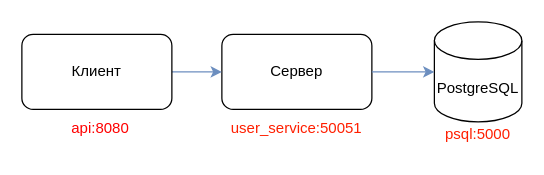
Above: schema.drawio in chas3air/UsersService (draw.io), before the change. Source tidied: cells renumbered, new cells numbered last; positions are measured from the earlier drawing's top-left corner, leaving out a move shared by most shapes. Both pictures are drawn from the tidied source at 125%, with x=0, y=0 at pixel (21, 21).
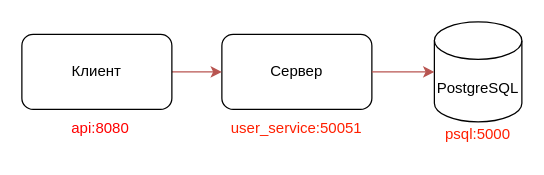
The same diagram, later.

What changed in the source:
```diff
@@
 <mxGraphModel>
   <root>
     <mxCell id="0" />
     <mxCell id="1" parent="0" />
     <mxCell id="2" value="Сервер" style="rounded=1;whiteSpace=wrap;html=1;" parent="1" vertex="1">
       <mxGeometry x="160" y="10" width="120" height="60" as="geometry" />
     </mxCell>
-    <mxCell id="3" style="edgeStyle=none;html=1;exitX=1;exitY=0.5;exitDx=0;exitDy=0;entryX=0;entryY=0.5;entryDx=0;entryDy=0;fillColor=#dae8fc;strokeColor=#6c8ebf;" parent="1" edge="1" source="4" target="2">
+    <mxCell id="3" style="edgeStyle=none;html=1;exitX=1;exitY=0.5;exitDx=0;exitDy=0;entryX=0;entryY=0.5;entryDx=0;entryDy=0;fillColor=#f8cecc;strokeColor=#b85450;" parent="1" edge="1" source="4" target="2">
       <mxGeometry relative="1" as="geometry" />
     </mxCell>
     <mxCell id="4" value="Клиент" style="rounded=1;whiteSpace=wrap;html=1;" parent="1" vertex="1">
       <mxGeometry y="10" width="120" height="60" as="geometry" />
     </mxCell>
     <mxCell id="5" value="PostgreSQL" style="shape=cylinder3;whiteSpace=wrap;html=1;boundedLbl=1;backgroundOutline=1;size=15;" parent="1" vertex="1">
       <mxGeometry x="330" width="70" height="80" as="geometry" />
     </mxCell>
-    <mxCell id="6" style="edgeStyle=none;html=1;exitX=1;exitY=0.5;exitDx=0;exitDy=0;entryX=0;entryY=0.5;entryDx=0;entryDy=0;entryPerimeter=0;fillColor=#dae8fc;strokeColor=#6c8ebf;" parent="1" edge="1" source="2" target="5">
+    <mxCell id="6" style="edgeStyle=none;html=1;exitX=1;exitY=0.5;exitDx=0;exitDy=0;entryX=0;entryY=0.5;entryDx=0;entryDy=0;entryPerimeter=0;fillColor=#f8cecc;strokeColor=#b85450;" parent="1" edge="1" source="2" target="5">
       <mxGeometry relative="1" as="geometry" />
     </mxCell>
     <mxCell id="7" value="&lt;font style=&quot;color: light-dark(rgb(255, 0, 0), rgb(18, 18, 18));&quot;&gt;api:8080&lt;/font&gt;" style="text;html=1;align=center;verticalAlign=middle;whiteSpace=wrap;rounded=0;" parent="1" vertex="1">
       <mxGeometry x="33" y="70" width="60" height="30" as="geometry" />
     </mxCell>
     <mxCell id="8" value="&lt;font style=&quot;color: rgb(255, 31, 1);&quot;&gt;user_service:50051&lt;/font&gt;" style="text;html=1;align=center;verticalAlign=middle;whiteSpace=wrap;rounded=0;" parent="1" vertex="1">
       <mxGeometry x="160" y="70" width="120" height="30" as="geometry" />
     </mxCell>
     <mxCell id="9" value="&lt;font style=&quot;color: rgb(255, 31, 1);&quot;&gt;psql:5000&lt;/font&gt;" style="text;html=1;align=center;verticalAlign=middle;whiteSpace=wrap;rounded=0;" parent="1" vertex="1">
       <mxGeometry x="335" y="75" width="60" height="30" as="geometry" />
     </mxCell>
   </root>
 </mxGraphModel>
```
